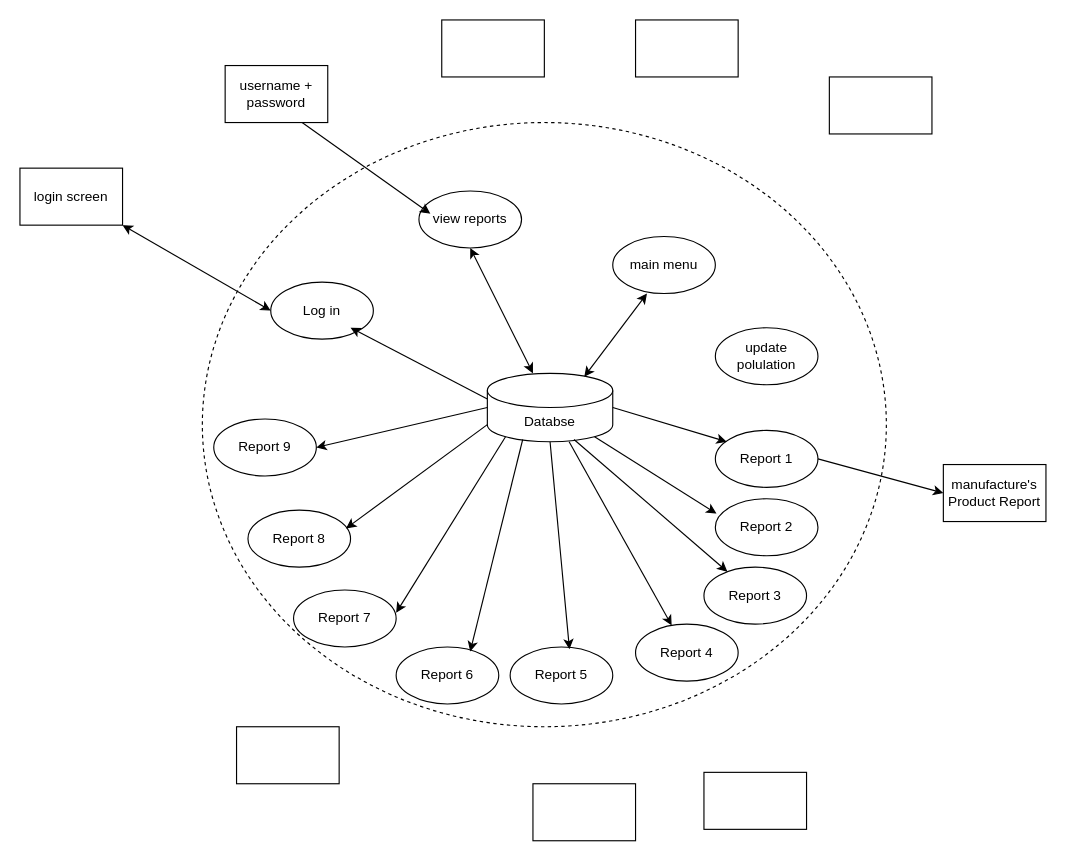
Above: page "Page-2" (2 of 2) of Untitled Diagram.drawio in zhuang18/zhuang18 (draw.io), before the change. Source tidied: cells renumbered, new cells numbered last; positions are measured from the earlier drawing's top-left corner, leaving out a move shared by most shapes. Both pictures are drawn from the tidied source at 114%, with x=0, y=0 at pixel (19, 19).
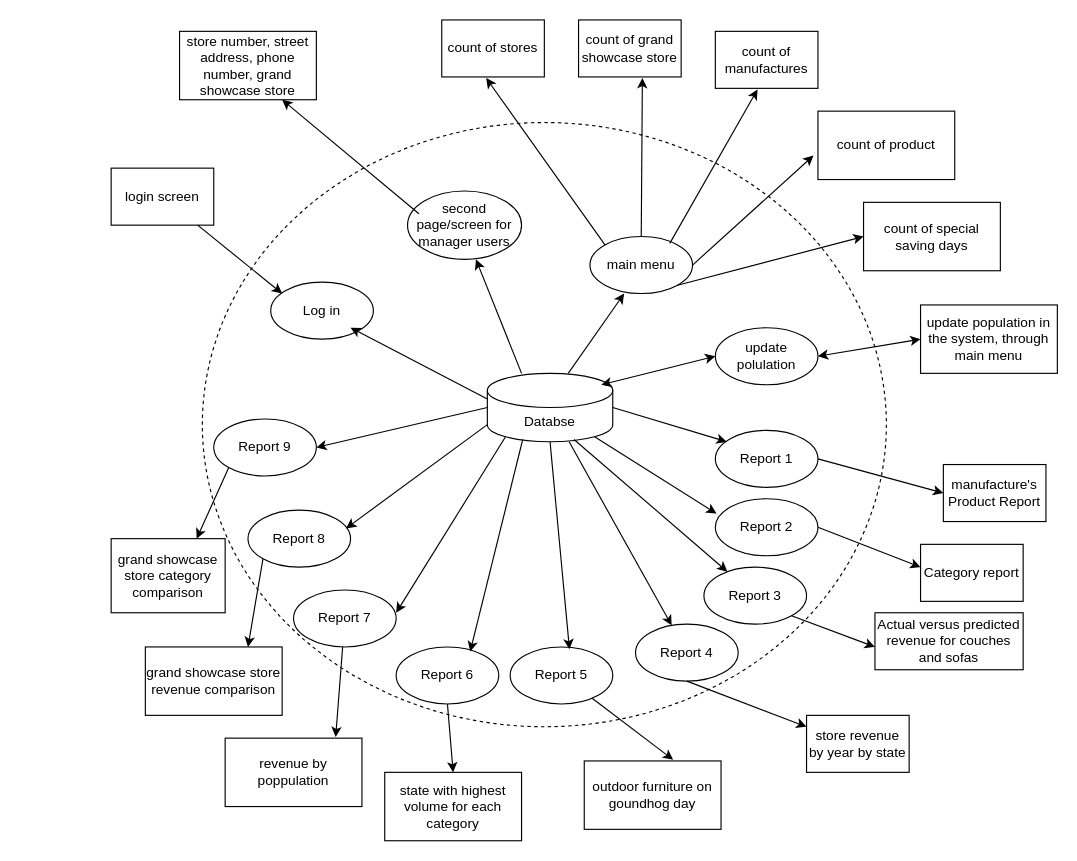
The same page after the edit.

The change refers to these unchanged cells:
```xml
<mxCell id="3" value="Databse" style="shape=cylinder3;whiteSpace=wrap;html=1;boundedLbl=1;backgroundOutline=1;size=15;" parent="1" vertex="1">
  <mxGeometry x="410" y="310" width="110" height="60" as="geometry" />
</mxCell>
<mxCell id="4" value="Log in" style="ellipse;whiteSpace=wrap;html=1;" parent="1" vertex="1">
  <mxGeometry x="220" y="230" width="90" height="50" as="geometry" />
</mxCell>
<mxCell id="5" value="Report 2" style="ellipse;whiteSpace=wrap;html=1;" parent="1" vertex="1">
  <mxGeometry x="610" y="420" width="90" height="50" as="geometry" />
</mxCell>
<mxCell id="7" value="update polulation" style="ellipse;whiteSpace=wrap;html=1;" parent="1" vertex="1">
  <mxGeometry x="610" y="270" width="90" height="50" as="geometry" />
</mxCell>
<mxCell id="27" value="Report 6" style="ellipse;whiteSpace=wrap;html=1;" parent="1" vertex="1">
  <mxGeometry x="330" y="550" width="90" height="50" as="geometry" />
</mxCell>
<mxCell id="28" value="Report 5" style="ellipse;whiteSpace=wrap;html=1;" parent="1" vertex="1">
  <mxGeometry x="430" y="550" width="90" height="50" as="geometry" />
</mxCell>
<mxCell id="29" value="Report 4" style="ellipse;whiteSpace=wrap;html=1;" parent="1" vertex="1">
  <mxGeometry x="540" y="530" width="90" height="50" as="geometry" />
</mxCell>
<mxCell id="30" value="Report 3" style="ellipse;whiteSpace=wrap;html=1;" parent="1" vertex="1">
  <mxGeometry x="600" y="480" width="90" height="50" as="geometry" />
</mxCell>
<mxCell id="31" value="Report 8" style="ellipse;whiteSpace=wrap;html=1;" parent="1" vertex="1">
  <mxGeometry x="200" y="430" width="90" height="50" as="geometry" />
</mxCell>
<mxCell id="32" value="Report 7" style="ellipse;whiteSpace=wrap;html=1;" parent="1" vertex="1">
  <mxGeometry x="240" y="500" width="90" height="50" as="geometry" />
</mxCell>
<mxCell id="33" value="Report 9" style="ellipse;whiteSpace=wrap;html=1;" parent="1" vertex="1">
  <mxGeometry x="170" y="350" width="90" height="50" as="geometry" />
</mxCell>
```

Diff of the diagram source:
```diff
@@
-    <mxCell id="8" value="view reports" style="ellipse;whiteSpace=wrap;html=1;" parent="1" vertex="1">
-      <mxGeometry x="350" y="150" width="90" height="50" as="geometry" />
-    </mxCell>
     <mxCell id="9" value="main menu" style="ellipse;whiteSpace=wrap;html=1;" parent="1" vertex="1">
-      <mxGeometry x="520" y="190" width="90" height="50" as="geometry" />
+      <mxGeometry x="500" y="190" width="90" height="50" as="geometry" />
     </mxCell>
     <mxCell id="10" value="login screen" style="rounded=0;whiteSpace=wrap;html=1;" parent="1" vertex="1">
-      <mxGeometry y="130" width="90" height="50" as="geometry" />
+      <mxGeometry x="80" y="130" width="90" height="50" as="geometry" />
     </mxCell>
-    <mxCell id="11" style="rounded=0;whiteSpace=wrap;html=1;" parent="1" vertex="1">
-      <mxGeometry x="540" width="90" height="50" as="geometry" />
+    <mxCell id="11" value="count of grand showcase store" style="rounded=0;whiteSpace=wrap;html=1;" parent="1" vertex="1">
+      <mxGeometry x="490" width="90" height="50" as="geometry" />
     </mxCell>
-    <mxCell id="12" style="rounded=0;whiteSpace=wrap;html=1;" parent="1" vertex="1">
-      <mxGeometry x="710" y="50" width="90" height="50" as="geometry" />
+    <mxCell id="12" value="count of manufactures" style="rounded=0;whiteSpace=wrap;html=1;" parent="1" vertex="1">
+      <mxGeometry x="610" y="10" width="90" height="50" as="geometry" />
     </mxCell>
@@
-    <mxCell id="14" style="rounded=0;whiteSpace=wrap;html=1;" parent="1" vertex="1">
-      <mxGeometry x="600" y="660" width="90" height="50" as="geometry" />
+    <mxCell id="14" value="Category report" style="rounded=0;whiteSpace=wrap;html=1;" parent="1" vertex="1">
+      <mxGeometry x="790" y="460" width="90" height="50" as="geometry" />
     </mxCell>
-    <mxCell id="15" style="rounded=0;whiteSpace=wrap;html=1;" parent="1" vertex="1">
-      <mxGeometry x="450" y="670" width="90" height="50" as="geometry" />
+    <mxCell id="15" value="Actual versus predicted revenue for couches and sofas" style="rounded=0;whiteSpace=wrap;html=1;" parent="1" vertex="1">
+      <mxGeometry x="750" y="520" width="130" height="50" as="geometry" />
     </mxCell>
-    <mxCell id="16" style="rounded=0;whiteSpace=wrap;html=1;" parent="1" vertex="1">
-      <mxGeometry x="190" y="620" width="90" height="50" as="geometry" />
+    <mxCell id="16" value="store revenue by year by state" style="rounded=0;whiteSpace=wrap;html=1;" parent="1" vertex="1">
+      <mxGeometry x="690" y="610" width="90" height="50" as="geometry" />
     </mxCell>
-    <mxCell id="17" value="username + password" style="rounded=0;whiteSpace=wrap;html=1;" parent="1" vertex="1">
-      <mxGeometry x="180" y="40" width="90" height="50" as="geometry" />
-    </mxCell>
-    <mxCell id="18" style="rounded=0;whiteSpace=wrap;html=1;" parent="1" vertex="1">
+    <mxCell id="18" value="count of stores" style="rounded=0;whiteSpace=wrap;html=1;" parent="1" vertex="1">
       <mxGeometry x="370" width="90" height="50" as="geometry" />
     </mxCell>
-    <mxCell id="19" style="endArrow=classic;startArrow=classic;html=1;exitX=0.773;exitY=0.05;exitDx=0;exitDy=0;exitPerimeter=0;" parent="1" edge="1" source="3">
-      <mxGeometry relative="1" as="geometry">
-        <mxPoint x="550" y="240" as="targetPoint" />
-      </mxGeometry>
-    </mxCell>
-    <mxCell id="20" style="endArrow=classic;startArrow=classic;html=1;entryX=0.5;entryY=1;entryDx=0;entryDy=0;" parent="1" edge="1" source="3" target="8">
-      <mxGeometry relative="1" as="geometry" />
-    </mxCell>
-    <mxCell id="21" style="endArrow=classic;startArrow=classic;html=1;entryX=1;entryY=1;entryDx=0;entryDy=0;exitX=0;exitY=0.5;exitDx=0;exitDy=0;" parent="1" edge="1" source="4" target="10">
-      <mxGeometry relative="1" as="geometry" />
-    </mxCell>
-    <mxCell id="22" style="endArrow=classic;html=1;exitX=0.75;exitY=1;exitDx=0;exitDy=0;" parent="1" edge="1" source="17">
-      <mxGeometry relative="1" as="geometry">
-        <mxPoint x="360" y="170" as="targetPoint" />
-      </mxGeometry>
-    </mxCell>
@@
+    <mxCell id="41" value="outdoor furniture on goundhog day" style="rounded=0;whiteSpace=wrap;html=1;" parent="1" vertex="1">
+      <mxGeometry x="495" y="650" width="120" height="60" as="geometry" />
+    </mxCell>
+    <mxCell id="42" style="endArrow=classic;html=1;entryX=0;entryY=0.4;entryDx=0;entryDy=0;entryPerimeter=0;exitX=1;exitY=0.5;exitDx=0;exitDy=0;" parent="1" edge="1" source="5" target="14">
+      <mxGeometry relative="1" as="geometry" />
+    </mxCell>
+    <mxCell id="43" style="endArrow=classic;html=1;exitX=1;exitY=1;exitDx=0;exitDy=0;" parent="1" edge="1" source="30">
+      <mxGeometry relative="1" as="geometry">
+        <mxPoint x="750" y="550" as="targetPoint" />
+      </mxGeometry>
+    </mxCell>
+    <mxCell id="44" style="endArrow=classic;html=1;entryX=0;entryY=0.2;entryDx=0;entryDy=0;entryPerimeter=0;exitX=0.5;exitY=1;exitDx=0;exitDy=0;" parent="1" edge="1" source="29" target="16">
+      <mxGeometry relative="1" as="geometry" />
+    </mxCell>
+    <mxCell id="45" style="endArrow=classic;html=1;entryX=0.65;entryY=-0.017;entryDx=0;entryDy=0;entryPerimeter=0;" parent="1" edge="1" source="28" target="41">
+      <mxGeometry relative="1" as="geometry" />
+    </mxCell>
+    <mxCell id="46" value="state with highest volume for each category" style="rounded=0;whiteSpace=wrap;html=1;" parent="1" vertex="1">
+      <mxGeometry x="320" y="660" width="120" height="60" as="geometry" />
+    </mxCell>
+    <mxCell id="47" value="revenue by poppulation" style="rounded=0;whiteSpace=wrap;html=1;" parent="1" vertex="1">
+      <mxGeometry x="180" y="630" width="120" height="60" as="geometry" />
+    </mxCell>
+    <mxCell id="48" value="grand showcase store revenue comparison" style="rounded=0;whiteSpace=wrap;html=1;" parent="1" vertex="1">
+      <mxGeometry x="110" y="550" width="120" height="60" as="geometry" />
+    </mxCell>
+    <mxCell id="49" value="grand showcase store category comparison" style="rounded=0;whiteSpace=wrap;html=1;" parent="1" vertex="1">
+      <mxGeometry x="80" y="455" width="100" height="65" as="geometry" />
+    </mxCell>
+    <mxCell id="50" style="endArrow=classic;html=1;entryX=0.5;entryY=0;entryDx=0;entryDy=0;exitX=0.5;exitY=1;exitDx=0;exitDy=0;" parent="1" edge="1" source="27" target="46">
+      <mxGeometry relative="1" as="geometry" />
+    </mxCell>
+    <mxCell id="51" style="endArrow=classic;html=1;entryX=0.808;entryY=-0.017;entryDx=0;entryDy=0;entryPerimeter=0;" parent="1" edge="1" source="32" target="47">
+      <mxGeometry relative="1" as="geometry" />
+    </mxCell>
+    <mxCell id="52" style="endArrow=classic;html=1;entryX=0.75;entryY=0;entryDx=0;entryDy=0;exitX=0;exitY=1;exitDx=0;exitDy=0;" parent="1" edge="1" source="31" target="48">
+      <mxGeometry relative="1" as="geometry" />
+    </mxCell>
+    <mxCell id="53" style="endArrow=classic;html=1;entryX=0.75;entryY=0;entryDx=0;entryDy=0;exitX=0;exitY=1;exitDx=0;exitDy=0;" parent="1" edge="1" source="33" target="49">
+      <mxGeometry relative="1" as="geometry" />
+    </mxCell>
+    <mxCell id="54" style="endArrow=classic;html=1;" parent="1" edge="1" source="10">
+      <mxGeometry relative="1" as="geometry">
+        <mxPoint x="230" y="240" as="targetPoint" />
+      </mxGeometry>
+    </mxCell>
+    <mxCell id="55" style="endArrow=classic;html=1;exitX=0.645;exitY=0;exitDx=0;exitDy=0;exitPerimeter=0;" parent="1" edge="1" source="3">
+      <mxGeometry relative="1" as="geometry">
+        <mxPoint x="530" y="240" as="targetPoint" />
+      </mxGeometry>
+    </mxCell>
+    <mxCell id="56" value="count of product" style="rounded=0;whiteSpace=wrap;html=1;" parent="1" vertex="1">
+      <mxGeometry x="700" y="80" width="120" height="60" as="geometry" />
+    </mxCell>
+    <mxCell id="57" value="count of special saving days" style="rounded=0;whiteSpace=wrap;html=1;" parent="1" vertex="1">
+      <mxGeometry x="740" y="160" width="120" height="60" as="geometry" />
+    </mxCell>
+    <mxCell id="58" style="endArrow=classic;html=1;exitX=0;exitY=0;exitDx=0;exitDy=0;entryX=0.433;entryY=1.02;entryDx=0;entryDy=0;entryPerimeter=0;" parent="1" edge="1" source="9" target="18">
+      <mxGeometry relative="1" as="geometry" />
+    </mxCell>
+    <mxCell id="59" style="endArrow=classic;html=1;entryX=0.622;entryY=1.02;entryDx=0;entryDy=0;entryPerimeter=0;exitX=0.5;exitY=0;exitDx=0;exitDy=0;" parent="1" edge="1" source="9" target="11">
+      <mxGeometry relative="1" as="geometry" />
+    </mxCell>
+    <mxCell id="60" style="endArrow=classic;html=1;entryX=0.411;entryY=1.02;entryDx=0;entryDy=0;entryPerimeter=0;exitX=0.778;exitY=0.12;exitDx=0;exitDy=0;exitPerimeter=0;" parent="1" edge="1" source="9" target="12">
+      <mxGeometry relative="1" as="geometry" />
+    </mxCell>
+    <mxCell id="61" style="endArrow=classic;html=1;entryX=-0.033;entryY=0.65;entryDx=0;entryDy=0;entryPerimeter=0;exitX=1;exitY=0.5;exitDx=0;exitDy=0;" parent="1" edge="1" source="9" target="56">
+      <mxGeometry relative="1" as="geometry" />
+    </mxCell>
+    <mxCell id="62" style="endArrow=classic;html=1;entryX=0;entryY=0.5;entryDx=0;entryDy=0;exitX=1;exitY=1;exitDx=0;exitDy=0;" parent="1" edge="1" source="9" target="57">
+      <mxGeometry relative="1" as="geometry" />
+    </mxCell>
+    <mxCell id="63" value="second page/screen for manager users" style="ellipse;whiteSpace=wrap;html=1;" parent="1" vertex="1">
+      <mxGeometry x="340" y="150" width="100" height="60" as="geometry" />
+    </mxCell>
+    <mxCell id="64" style="endArrow=classic;html=1;exitX=0.273;exitY=0;exitDx=0;exitDy=0;exitPerimeter=0;" parent="1" edge="1" source="3">
+      <mxGeometry relative="1" as="geometry">
+        <mxPoint x="400" y="210" as="targetPoint" />
+      </mxGeometry>
+    </mxCell>
+    <mxCell id="65" value="store number, street address, phone number, grand showcase store" style="rounded=0;whiteSpace=wrap;html=1;" parent="1" vertex="1">
+      <mxGeometry x="140" y="10" width="120" height="60" as="geometry" />
+    </mxCell>
+    <mxCell id="66" style="endArrow=classic;html=1;entryX=0.75;entryY=1;entryDx=0;entryDy=0;" parent="1" edge="1" target="65">
+      <mxGeometry relative="1" as="geometry">
+        <mxPoint x="350" y="170" as="sourcePoint" />
+      </mxGeometry>
+    </mxCell>
+    <mxCell id="67" style="endArrow=classic;startArrow=classic;html=1;entryX=0;entryY=0.5;entryDx=0;entryDy=0;" parent="1" edge="1" target="7">
+      <mxGeometry relative="1" as="geometry">
+        <mxPoint x="510" y="320" as="sourcePoint" />
+      </mxGeometry>
+    </mxCell>
+    <mxCell id="68" value="update population in the system, through main menu" style="rounded=0;whiteSpace=wrap;html=1;" parent="1" vertex="1">
+      <mxGeometry x="790" y="250" width="120" height="60" as="geometry" />
+    </mxCell>
+    <mxCell id="69" style="endArrow=classic;startArrow=classic;html=1;entryX=0;entryY=0.5;entryDx=0;entryDy=0;exitX=1;exitY=0.5;exitDx=0;exitDy=0;" parent="1" edge="1" source="7" target="68">
+      <mxGeometry relative="1" as="geometry" />
+    </mxCell>
```
